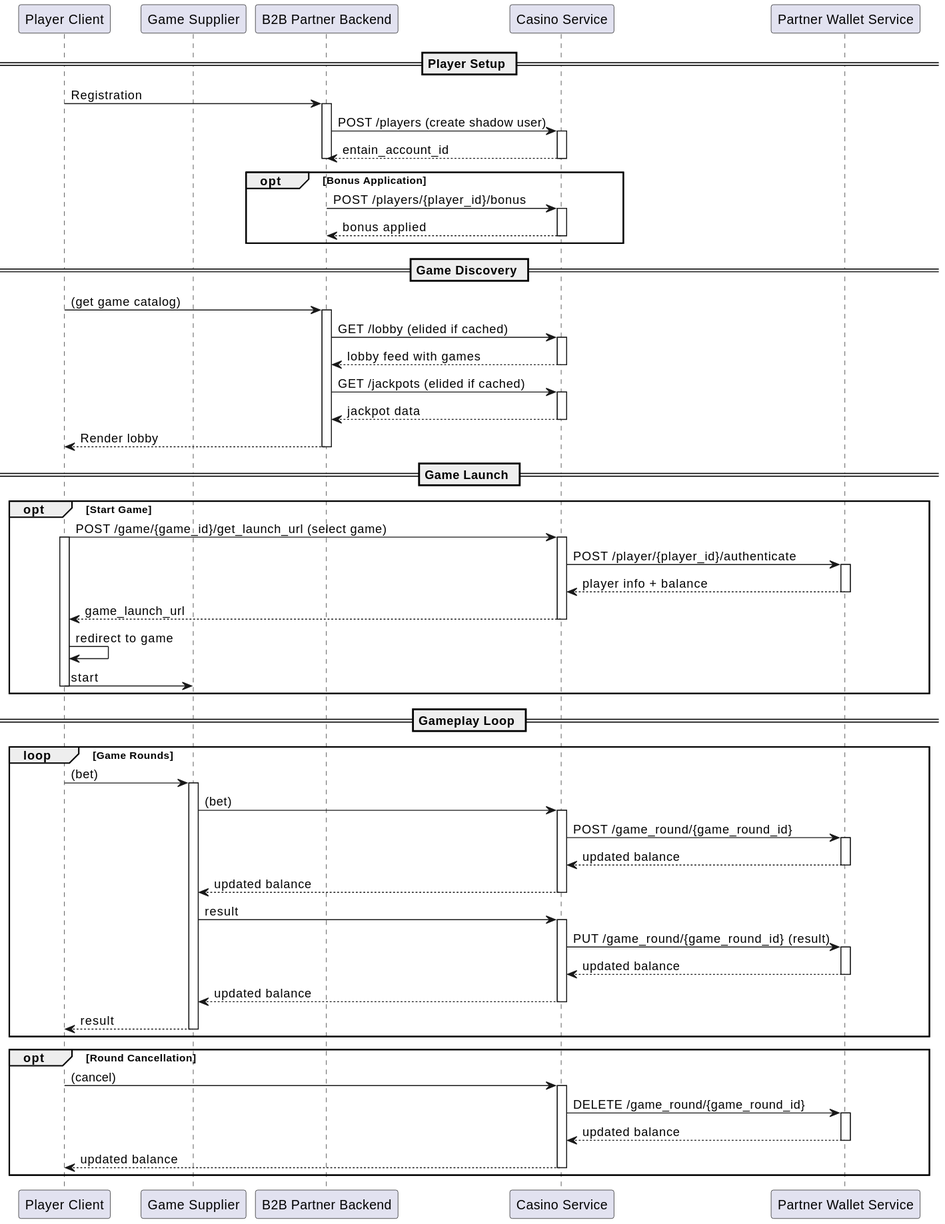
Earlier version of the PlantUML export interaction-flow.svg (lachis/integration-guide).
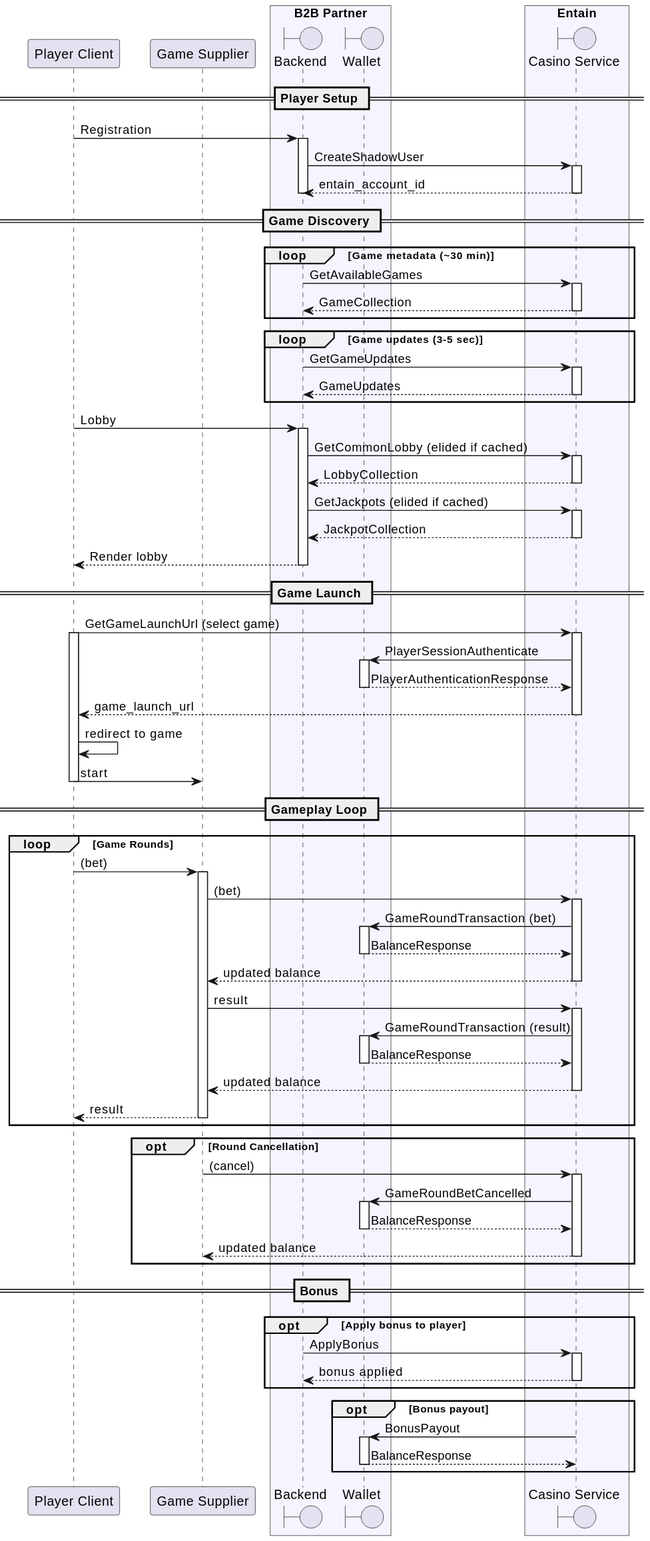
After the commit.

The edit, as a diff of the source:
```diff
@@ -1,64 +1,90 @@
 @startuml
+skinparam ParticipantPadding 10
+
 participant "Player Client" as PC
 participant "Game Supplier" as GAME
-participant "B2B Partner Backend" as PB
-participant "Casino Service" as CS
-participant "Partner Wallet Service" as WS
+
+box "B2B Partner" #f5f5ff
+    boundary "Backend" as PB
+    boundary "Wallet" as WS
+end box
+
+box "Entain" #f5f5ff
+    boundary "Casino Service" as CS
+end box
+
 
 == Player Setup ==
 PC -> PB ++ : Registration
-PB -> CS ++ : POST /players (create shadow user)
+PB -> CS ++ : CreateShadowUser
 CS --> PB -- : entain_account_id
 deactivate PB
 deactivate PC
 
-opt Bonus Application
-    PB -> CS ++ : POST /players/{player_id}/bonus
-    CS --> PB -- : bonus applied
+== Game Discovery ==
+
+loop Game metadata (~30 min)
+    PB -> CS ++ : GetAvailableGames
+    CS --> PB --: GameCollection
+    deactivate PB
 end
 
-== Game Discovery ==
+loop Game updates (3-5 sec)
+    PB -> CS ++: GetGameUpdates
+    CS --> PB --: GameUpdates
+end
 
-PC -> PB ++ :  (get game catalog)
-PB -> CS ++ : GET /lobby (elided if cached)
-CS --> PB -- : lobby feed with games
-PB -> CS ++ : GET /jackpots (elided if cached)
-CS --> PB -- : jackpot data
+PC -> PB ++: Lobby
+PB -> CS ++: GetCommonLobby (elided if cached)
+CS --> PB -- : LobbyCollection
+PB -> CS ++ : GetJackpots (elided if cached)
+CS --> PB -- : JackpotCollection
 PB --> PC -- : Render lobby
 
 == Game Launch ==
 
-opt Start Game
-  PC -> CS ++ : POST /game/{game_id}/get_launch_url (select game)
-  activate PC
-  CS -> WS ++ : POST /player/{player_id}/authenticate
-  WS --> CS -- : player info + balance
-  CS --> PC -- : game_launch_url
-  deactivate CS
-  PC -> PC: redirect to game
-  PC -> GAME: start
-  deactivate PC
-end
+PC -> CS ++ : GetGameLaunchUrl (select game)
+activate PC
+CS -> WS ++ : PlayerSessionAuthenticate
+WS --> CS -- : PlayerAuthenticationResponse
+CS --> PC -- : game_launch_url
+deactivate CS
+PC -> PC: redirect to game
+PC -> GAME: start
+deactivate PC
 
 == Gameplay Loop ==
 loop Game Rounds
     PC -> GAME ++: (bet)
     GAME -> CS ++: (bet)
-    CS -> WS ++ : POST /game_round/{game_round_id}
-    WS --> CS -- : updated balance
+    CS -> WS ++ : GameRoundTransaction (bet)
+    WS --> CS -- : BalanceResponse
     CS --> GAME -- : updated balance
 
     GAME -> CS ++ : result
-    CS -> WS ++ : PUT /game_round/{game_round_id} (result)
-    WS --> CS -- : updated balance
+    CS -> WS ++ : GameRoundTransaction (result)
+    WS --> CS -- : BalanceResponse
     CS --> GAME -- : updated balance
     GAME --> PC --: result
 end
 
 opt Round Cancellation
-    PC -> CS ++ : (cancel)
-    CS -> WS ++ : DELETE /game_round/{game_round_id}
-    WS --> CS -- : updated balance
-    CS --> PC -- : updated balance
+    GAME -> CS ++ : (cancel)
+    CS -> WS ++ : GameRoundBetCancelled
+    WS --> CS -- : BalanceResponse
+    CS --> GAME -- : updated balance
+end
+
+== Bonus ==
+
+opt Apply bonus to player
+    PB -> CS ++ : ApplyBonus
+    CS --> PB -- : bonus applied
+end
+
+
+opt Bonus payout
+    CS -> WS ++: BonusPayout
+    WS --> CS --: BalanceResponse
 end
 @enduml
```
